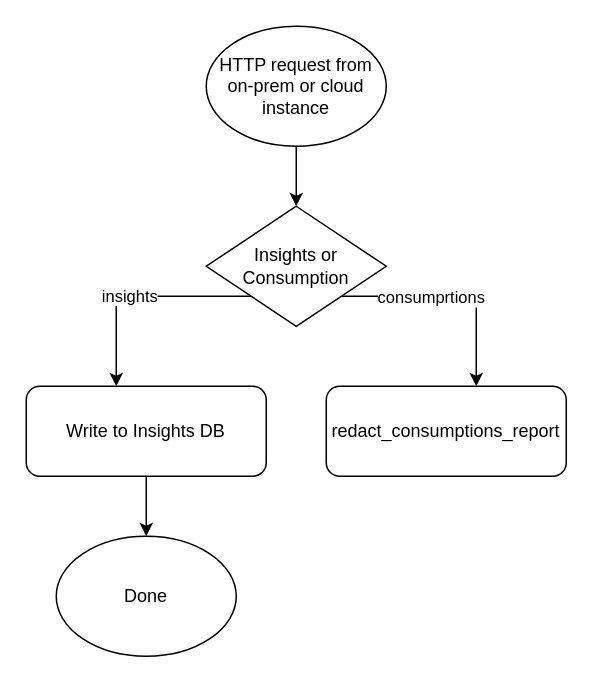
Before: functions-flowchart.drawio in fredyeah/diagrams, a draw.io diagram. Source tidied: cells renumbered, new cells numbered last; positions are measured from the earlier drawing's top-left corner, leaving out a move shared by most shapes. Both pictures are drawn from the tidied source at 150%, with x=0, y=0 at pixel (26, 26).
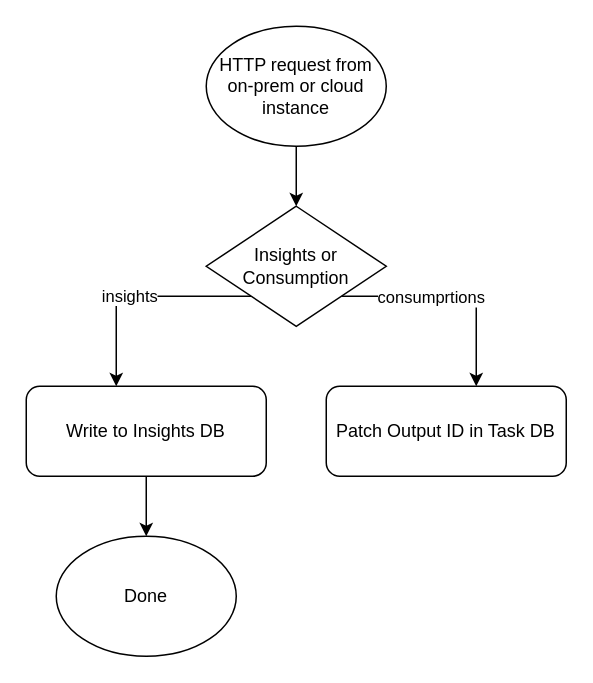
After the change.

Diff of the diagram source:
```diff
@@
 <mxGraphModel>
   <root>
     <mxCell id="0" />
     <mxCell id="1" parent="0" />
     <mxCell id="2" style="edgeStyle=orthogonalEdgeStyle;rounded=0;jettySize=auto;html=1;entryX=0.5;entryY=0;entryDx=0;entryDy=0;" parent="1" edge="1" source="3" target="10">
       <mxGeometry relative="1" as="geometry" />
     </mxCell>
     <mxCell id="3" value="HTTP request from on-prem or cloud instance" style="ellipse;whiteSpace=wrap;html=1;" parent="1" vertex="1">
       <mxGeometry x="120" width="120" height="80" as="geometry" />
     </mxCell>
     <mxCell id="4" style="edgeStyle=orthogonalEdgeStyle;rounded=0;jettySize=auto;html=1;entryX=0.5;entryY=0;entryDx=0;entryDy=0;" parent="1" edge="1" source="5" target="12">
       <mxGeometry relative="1" as="geometry" />
     </mxCell>
     <mxCell id="5" value="Write to Insights DB" style="rounded=1;whiteSpace=wrap;html=1;" parent="1" vertex="1">
       <mxGeometry y="240" width="160" height="60" as="geometry" />
     </mxCell>
     <mxCell id="6" style="edgeStyle=orthogonalEdgeStyle;rounded=0;jettySize=auto;html=1;" parent="1" edge="1" source="10" target="5">
       <mxGeometry relative="1" as="geometry">
         <Array as="points">
           <mxPoint x="60" y="180" />
         </Array>
       </mxGeometry>
     </mxCell>
     <mxCell id="7" value="insights" style="edgeLabel;html=1;align=center;verticalAlign=middle;" parent="6" vertex="1">
       <mxGeometry x="0.09" y="-1" relative="1" as="geometry" />
     </mxCell>
     <mxCell id="8" style="edgeStyle=orthogonalEdgeStyle;rounded=0;jettySize=auto;html=1;" parent="1" edge="1" source="10" target="11">
       <mxGeometry relative="1" as="geometry">
         <Array as="points">
           <mxPoint x="300" y="180" />
         </Array>
       </mxGeometry>
     </mxCell>
     <mxCell id="9" value="consumprtions" style="edgeLabel;html=1;align=center;verticalAlign=middle;" parent="8" vertex="1">
       <mxGeometry x="-0.21" relative="1" as="geometry" />
     </mxCell>
     <mxCell id="10" value="Insights or Consumption" style="rhombus;whiteSpace=wrap;html=1;" parent="1" vertex="1">
       <mxGeometry x="120" y="120" width="120" height="80" as="geometry" />
     </mxCell>
-    <mxCell id="11" value="redact_consumptions_report" style="rounded=1;whiteSpace=wrap;html=1;" parent="1" vertex="1">
+    <mxCell id="11" value="Patch Output ID in Task DB" style="rounded=1;whiteSpace=wrap;html=1;" parent="1" vertex="1">
       <mxGeometry x="200" y="240" width="160" height="60" as="geometry" />
     </mxCell>
     <mxCell id="12" value="Done" style="ellipse;whiteSpace=wrap;html=1;" parent="1" vertex="1">
       <mxGeometry x="20" y="340" width="120" height="80" as="geometry" />
     </mxCell>
   </root>
 </mxGraphModel>
```
